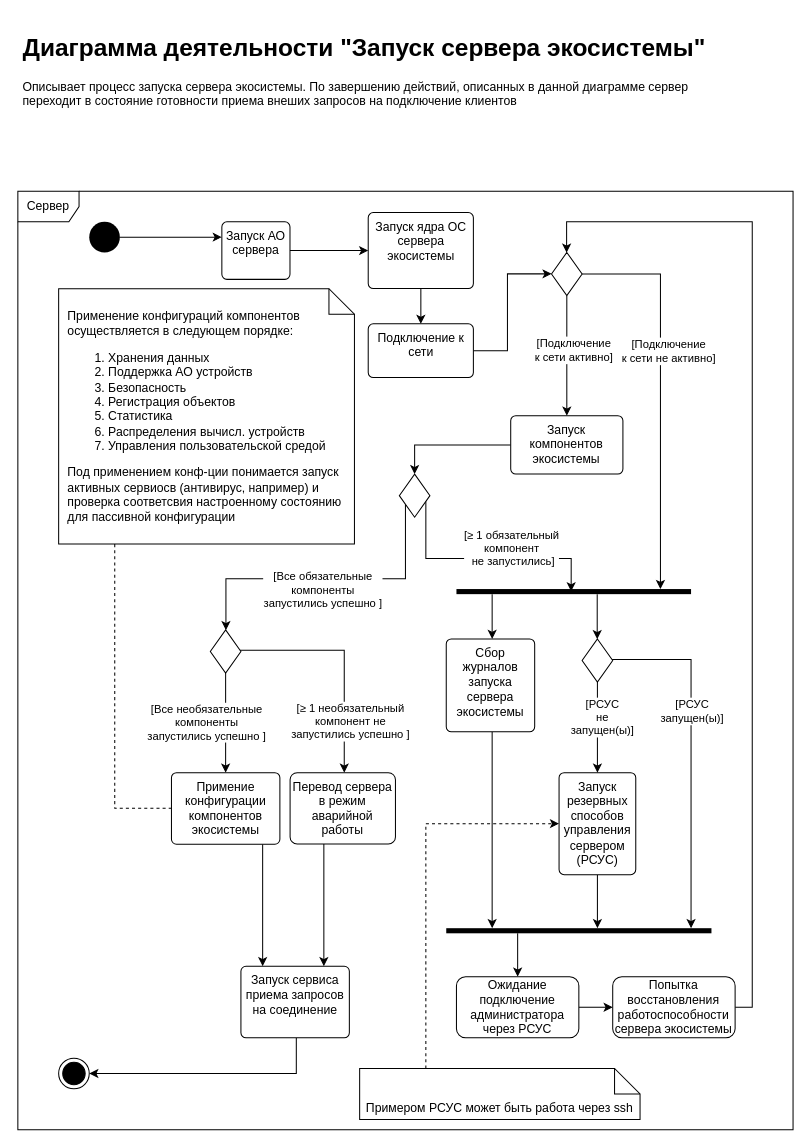
Above: architecture/zero-level/activity-diagrams/AD.StartServer.drawio in AVAtarMod/Linux_Ecosystem (draw.io), before the change. Source tidied: cells renumbered, new cells numbered last; positions are measured from the earlier drawing's top-left corner, leaving out a move shared by most shapes. Both pictures are drawn from the tidied source at 102%, with x=0, y=0 at pixel (17, 28).
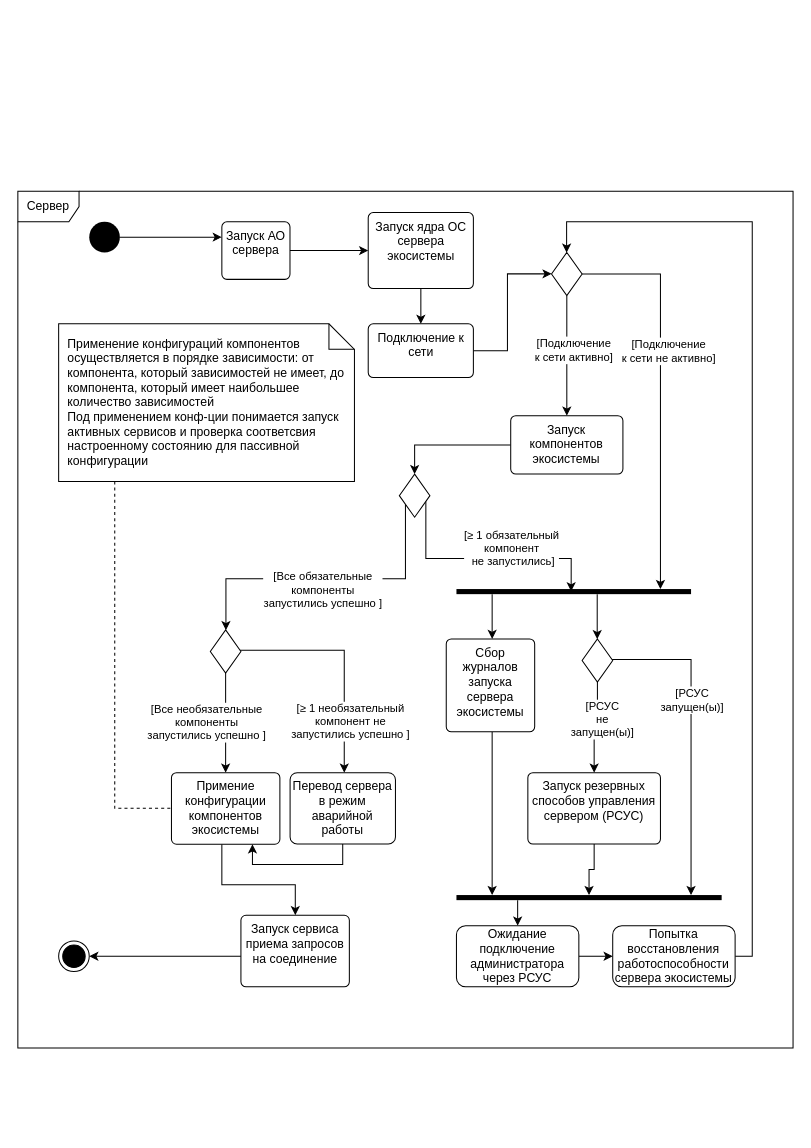
The same page after the edit.

Commit message (it also covers changes not shown here):
(architecture) изменено: диаграммы деятельности; добавлено: tex-опсание

Unchanged cells that the change refers to:
```xml
<mxCell id="38" value="Примение конфигурации компонентов экосистемы" style="html=1;align=center;verticalAlign=top;rounded=1;absoluteArcSize=1;arcSize=10;dashed=0;whiteSpace=wrap;" parent="1" vertex="1">
  <mxGeometry x="150.6" y="730" width="106.3" height="70.2" as="geometry" />
</mxCell>
<mxCell id="47" style="rhombus;" parent="1" vertex="1">
  <mxGeometry x="523.2" y="220" width="30" height="42.3" as="geometry" />
</mxCell>
<mxCell id="54" value="Перевод сервера в режим аварийной работы" style="whiteSpace=wrap;html=1;rounded=1;arcSize=10;" parent="1" vertex="1">
  <mxGeometry x="266.9" y="730" width="103.3" height="70" as="geometry" />
</mxCell>
```

The edit, as a diff of the source:
```diff
@@
     <mxCell id="2" value="Сервер" style="shape=umlFrame;whiteSpace=wrap;html=1;strokeColor=default;" parent="1" vertex="1">
-      <mxGeometry y="160" width="760" height="920" as="geometry" />
+      <mxGeometry y="160" width="760" height="840" as="geometry" />
     </mxCell>
     <mxCell id="3" style="ellipse;html=1;shape=endState;fillColor=#000000;strokeColor=#000000;" parent="1" vertex="1">
-      <mxGeometry x="40" y="1010" width="30" height="30" as="geometry" />
+      <mxGeometry x="40" y="895" width="30" height="30" as="geometry" />
     </mxCell>
@@
     <mxCell id="6" style="edgeStyle=orthogonalEdgeStyle;rounded=0;jettySize=auto;html=1;" parent="1" edge="1" source="7" target="27">
       <mxGeometry relative="1" as="geometry">
         <Array as="points">
-          <mxPoint x="490" y="900" />
-          <mxPoint x="490" y="900" />
+          <mxPoint x="490" y="870" />
+          <mxPoint x="490" y="870" />
         </Array>
       </mxGeometry>
     </mxCell>
     <mxCell id="7" style="html=1;points=[];perimeter=orthogonalPerimeter;fillColor=#000000;strokeColor=none;direction=north;" parent="1" vertex="1">
-      <mxGeometry x="420" y="882.5" width="260" height="5" as="geometry" />
+      <mxGeometry x="430" y="850" width="260" height="5" as="geometry" />
     </mxCell>
@@
     <mxCell id="9" style="edgeStyle=orthogonalEdgeStyle;rounded=0;jettySize=auto;html=1;" parent="1" edge="1" source="23" target="7">
-      <mxGeometry relative="1" as="geometry">
-        <Array as="points">
-          <mxPoint x="568" y="856" />
-          <mxPoint x="568" y="856" />
-        </Array>
-      </mxGeometry>
+      <mxGeometry relative="1" as="geometry" />
     </mxCell>
@@
-    <mxCell id="13" value="&lt;h1&gt;Диаграмма деятельности &quot;Запуск сервера экосистемы&quot;&lt;/h1&gt;&lt;div&gt;Описывает процесс запуска сервера экосистемы.&lt;span&gt;&amp;nbsp;По завершению действий, описанных в данной диаграмме сервер переходит в состояние готовности приема внеших запросов на подключение клиентов&lt;/span&gt;&lt;/div&gt;&lt;span style=&quot;text-align: center&quot;&gt;&lt;br&gt;&lt;/span&gt;" style="text;html=1;strokeColor=none;fillColor=none;spacing=5;spacingTop=-20;whiteSpace=wrap;overflow=hidden;rounded=0;fontStyle=0;" parent="1" vertex="1">
-      <mxGeometry width="680" height="120" as="geometry" />
-    </mxCell>
@@
     <mxCell id="23" value="Запуск резервных способов управления сервером (РСУС)" style="html=1;align=center;verticalAlign=top;rounded=1;absoluteArcSize=1;arcSize=10;dashed=0;whiteSpace=wrap;" parent="1" vertex="1">
-      <mxGeometry x="530.6" y="730" width="75.2" height="100" as="geometry" />
+      <mxGeometry x="500" y="730" width="130" height="70" as="geometry" />
     </mxCell>
@@
     <mxCell id="27" value="Ожидание подключение администратора через РСУС" style="whiteSpace=wrap;html=1;rounded=1;" parent="1" vertex="1">
-      <mxGeometry x="430" y="930" width="120" height="60" as="geometry" />
+      <mxGeometry x="430" y="880" width="120" height="60" as="geometry" />
     </mxCell>
     <mxCell id="28" style="edgeStyle=orthogonalEdgeStyle;rounded=0;jettySize=auto;html=1;" parent="1" edge="1" source="55" target="47">
       <mxGeometry relative="1" as="geometry">
         <Array as="points">
-          <mxPoint x="720" y="960" />
+          <mxPoint x="720" y="910" />
           <mxPoint x="720" y="190" />
           <mxPoint x="538" y="190" />
         </Array>
       </mxGeometry>
     </mxCell>
@@
     <mxCell id="37" style="edgeStyle=orthogonalEdgeStyle;rounded=0;jettySize=auto;html=1;endArrow=classic;endFill=1;" parent="1" edge="1" source="38" target="42">
       <mxGeometry relative="1" as="geometry">
         <Array as="points">
-          <mxPoint x="240" y="820" />
-          <mxPoint x="240" y="820" />
+          <mxPoint x="200" y="840" />
+          <mxPoint x="272" y="840" />
         </Array>
       </mxGeometry>
     </mxCell>
@@
-    <mxCell id="40" value="&lt;div style=&quot;text-align: left;&quot;&gt;&lt;span style=&quot;background-color: initial;&quot;&gt;Применение конфигураций компонентов осуществляется в следующем порядке:&amp;nbsp;&lt;/span&gt;&lt;/div&gt;&lt;div style=&quot;text-align: left;&quot;&gt;&lt;ol&gt;&lt;li&gt;&lt;span style=&quot;background-color: initial;&quot;&gt;Хранения данных&lt;/span&gt;&lt;/li&gt;&lt;li&gt;Поддержка АО устройств&lt;/li&gt;&lt;li&gt;Безопасность&lt;/li&gt;&lt;li&gt;Регистрация объектов&lt;/li&gt;&lt;li&gt;Статистика&lt;/li&gt;&lt;li&gt;Распределения вычисл. устройств&lt;/li&gt;&lt;li&gt;Управления пользовательской средой&lt;/li&gt;&lt;/ol&gt;&lt;div&gt;Под применением конф-ции понимается запуск активных сервиосв (антивирус, например) и проверка соответсвия настроенному состоянию для пассивной конфигурации&lt;/div&gt;&lt;/div&gt;" style="shape=note2;boundedLbl=1;html=1;size=25;verticalAlign=middle;align=center;rounded=1;whiteSpace=wrap;spacingLeft=8;" parent="1" vertex="1">
-      <mxGeometry x="40" y="255.5" width="290" height="250.4" as="geometry" />
+    <mxCell id="40" value="&lt;div style=&quot;text-align: left;&quot;&gt;&lt;span style=&quot;background-color: initial;&quot;&gt;Применение конфигураций компонентов осуществляется в порядке зависимости: от компонента, который зависимостей не имеет, до компонента, который имеет наибольшее количество зависимостей&lt;/span&gt;&lt;/div&gt;&lt;div style=&quot;text-align: left;&quot;&gt;&lt;div&gt;Под применением конф-ции понимается запуск активных сервисов и проверка соответсвия настроенному состоянию для пассивной конфигурации&lt;/div&gt;&lt;/div&gt;" style="shape=note2;boundedLbl=1;html=1;size=25;verticalAlign=middle;align=center;rounded=1;whiteSpace=wrap;spacingLeft=8;" parent="1" vertex="1">
+      <mxGeometry x="40" y="290" width="290" height="154.5" as="geometry" />
     </mxCell>
     <mxCell id="41" style="edgeStyle=orthogonalEdgeStyle;rounded=0;jettySize=auto;html=1;endArrow=classic;endFill=1;" parent="1" edge="1" source="42" target="3">
       <mxGeometry relative="1" as="geometry">
         <Array as="points">
-          <mxPoint x="273" y="1025" />
+          <mxPoint x="180" y="910" />
+          <mxPoint x="180" y="910" />
         </Array>
       </mxGeometry>
     </mxCell>
     <mxCell id="42" value="Запуск сервиса приема запросов на соединение" style="html=1;align=center;verticalAlign=top;rounded=1;absoluteArcSize=1;arcSize=10;dashed=0;whiteSpace=wrap;" parent="1" vertex="1">
-      <mxGeometry x="218.7" y="919.8" width="106.3" height="70.2" as="geometry" />
+      <mxGeometry x="218.7" y="869.8" width="106.3" height="70.2" as="geometry" />
     </mxCell>
@@
-    <mxCell id="53" style="edgeStyle=orthogonalEdgeStyle;rounded=0;jumpStyle=arc;jettySize=auto;html=1;endArrow=classic;endFill=1;" parent="1" edge="1" source="54" target="42">
+    <mxCell id="53" style="edgeStyle=orthogonalEdgeStyle;rounded=0;jumpStyle=arc;jettySize=auto;html=1;endArrow=classic;endFill=1;" parent="1" edge="1" source="54" target="38">
       <mxGeometry relative="1" as="geometry">
         <Array as="points">
-          <mxPoint x="300" y="840" />
-          <mxPoint x="300" y="840" />
+          <mxPoint x="319" y="820" />
+          <mxPoint x="230" y="820" />
         </Array>
       </mxGeometry>
     </mxCell>
@@
     <mxCell id="55" value="&lt;span&gt;Попытка восстановления работоспособности сервера экосистемы&lt;/span&gt;" style="whiteSpace=wrap;html=1;rounded=1;" parent="1" vertex="1">
-      <mxGeometry x="583.2" y="930" width="120" height="60" as="geometry" />
+      <mxGeometry x="583.2" y="880" width="120" height="60" as="geometry" />
     </mxCell>
-    <mxCell id="56" style="edgeStyle=orthogonalEdgeStyle;html=1;entryX=0;entryY=0.5;entryDx=0;entryDy=0;strokeColor=#000000;dashed=1;rounded=0;" parent="1" edge="1">
-      <mxGeometry relative="1" as="geometry">
-        <mxPoint x="400" y="1020" as="sourcePoint" />
-        <mxPoint x="530.6" y="780" as="targetPoint" />
-        <Array as="points">
-          <mxPoint x="400" y="780" />
-        </Array>
-      </mxGeometry>
-    </mxCell>
-    <mxCell id="57" value="Примером РСУС может быть работа через ssh" style="shape=note2;boundedLbl=1;whiteSpace=wrap;html=1;size=25;verticalAlign=top;align=center;" parent="1" vertex="1">
-      <mxGeometry x="335.1" y="1020" width="274.9" height="50" as="geometry" />
-    </mxCell>
```
